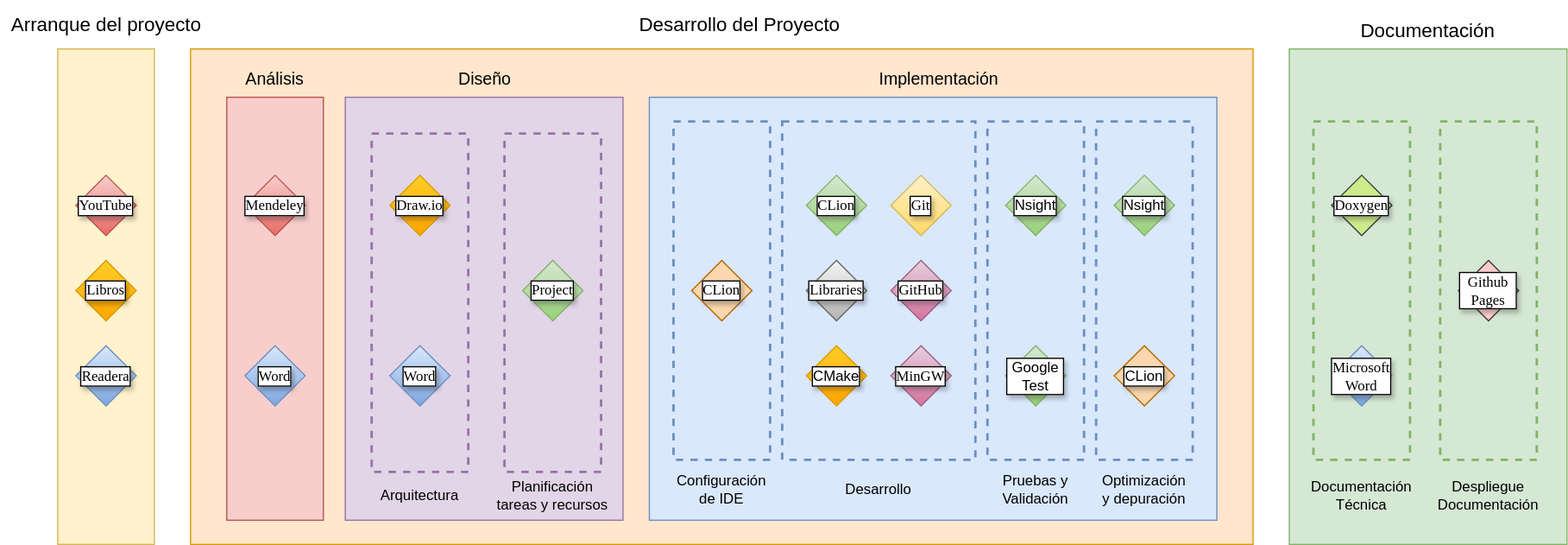
valydumitru01/GLESC keeps this draw.io diagram as doc/diagrams/Ciclo_Uso_Herramientas.drawio.svg. Above is the earlier version. Source tidied: cells renumbered, new cells last; positions are measured from the earlier drawing's top-left corner, leaving out a move shared by most shapes. Source of this version:
```xml
<mxGraphModel>
  <root>
    <mxCell id="0" />
    <mxCell id="1" parent="0" />
    <mxCell id="2" style="rounded=0;whiteSpace=wrap;html=1;fillColor=#ffe6cc;strokeColor=#d79b00;" parent="1" vertex="1">
      <mxGeometry x="158" y="40" width="880" height="410" as="geometry" />
    </mxCell>
    <mxCell id="3" style="rounded=0;whiteSpace=wrap;html=1;fillColor=#e1d5e7;strokeColor=#9673a6;" parent="1" vertex="1">
      <mxGeometry x="286.1" y="80" width="230" height="350" as="geometry" />
    </mxCell>
    <mxCell id="4" value="Documentación" style="text;html=1;align=center;verticalAlign=middle;whiteSpace=wrap;rounded=0;fontSize=16;" parent="1" vertex="1">
      <mxGeometry x="1068" y="10" width="230" height="30" as="geometry" />
    </mxCell>
    <mxCell id="5" style="rounded=0;whiteSpace=wrap;html=1;fillColor=#f8cecc;strokeColor=#b85450;" parent="1" vertex="1">
      <mxGeometry x="188" y="80" width="80" height="350" as="geometry" />
    </mxCell>
    <mxCell id="6" value="Arranque del proyecto" style="text;html=1;align=center;verticalAlign=middle;whiteSpace=wrap;rounded=0;fontSize=16;" parent="1" vertex="1">
      <mxGeometry x="0.5" width="175" height="40" as="geometry" />
    </mxCell>
    <mxCell id="7" value="&lt;span style=&quot;font-family: Verdana;&quot;&gt;Mendeley&lt;/span&gt;" style="rhombus;whiteSpace=wrap;html=1;labelBackgroundColor=default;labelBorderColor=default;textShadow=1;fillColor=#f8cecc;gradientColor=#ea6b66;strokeColor=#b85450;" parent="1" vertex="1">
      <mxGeometry x="203" y="144.5" width="50" height="50" as="geometry" />
    </mxCell>
    <mxCell id="8" value="&lt;span style=&quot;font-family: Verdana;&quot;&gt;Word&lt;/span&gt;" style="rhombus;whiteSpace=wrap;html=1;labelBackgroundColor=default;labelBorderColor=default;textShadow=1;fillColor=#dae8fc;gradientColor=#7ea6e0;strokeColor=#6c8ebf;" parent="1" vertex="1">
      <mxGeometry x="203" y="285.5" width="50" height="50" as="geometry" />
    </mxCell>
    <mxCell id="9" style="rounded=0;whiteSpace=wrap;html=1;fillColor=#dae8fc;strokeColor=#6c8ebf;" parent="1" vertex="1">
      <mxGeometry x="538" y="80" width="470" height="350" as="geometry" />
    </mxCell>
    <mxCell id="10" value="Implementación" style="text;html=1;align=center;verticalAlign=middle;whiteSpace=wrap;rounded=0;fontSize=14;" parent="1" vertex="1">
      <mxGeometry x="548" y="50" width="460" height="30" as="geometry" />
    </mxCell>
    <mxCell id="11" style="rounded=0;whiteSpace=wrap;html=1;dashed=1;fillColor=#e1d5e7;strokeColor=#9673a6;strokeWidth=2;" parent="1" vertex="1">
      <mxGeometry x="418" y="110" width="80" height="280" as="geometry" />
    </mxCell>
    <mxCell id="12" value="Diseño" style="text;html=1;align=center;verticalAlign=middle;whiteSpace=wrap;rounded=0;fontSize=14;" parent="1" vertex="1">
      <mxGeometry x="288" y="50" width="228.2" height="30" as="geometry" />
    </mxCell>
    <mxCell id="13" value="&lt;span style=&quot;font-family: Verdana;&quot;&gt;Project&lt;/span&gt;" style="rhombus;whiteSpace=wrap;html=1;labelBackgroundColor=default;labelBorderColor=default;textShadow=1;fillColor=#d5e8d4;gradientColor=#97d077;strokeColor=#82b366;" parent="1" vertex="1">
      <mxGeometry x="433" y="215" width="50" height="50" as="geometry" />
    </mxCell>
    <mxCell id="14" style="rounded=0;whiteSpace=wrap;html=1;dashed=1;fillColor=#e1d5e7;strokeColor=#9673a6;strokeWidth=2;" parent="1" vertex="1">
      <mxGeometry x="308" y="110" width="80" height="280" as="geometry" />
    </mxCell>
    <mxCell id="15" value="&lt;font face=&quot;Verdana&quot;&gt;Draw.io&lt;/font&gt;" style="rhombus;whiteSpace=wrap;html=1;labelBackgroundColor=default;labelBorderColor=default;textShadow=1;fillColor=#ffcd28;gradientColor=#ffa500;strokeColor=#d79b00;" parent="1" vertex="1">
      <mxGeometry x="323" y="144.5" width="50" height="50" as="geometry" />
    </mxCell>
    <mxCell id="16" value="&lt;span style=&quot;font-family: Verdana;&quot;&gt;Word&lt;/span&gt;" style="rhombus;whiteSpace=wrap;html=1;labelBackgroundColor=default;labelBorderColor=default;textShadow=1;fillColor=#dae8fc;gradientColor=#7ea6e0;strokeColor=#6c8ebf;" parent="1" vertex="1">
      <mxGeometry x="323" y="285.5" width="50" height="50" as="geometry" />
    </mxCell>
    <mxCell id="17" style="rounded=0;whiteSpace=wrap;html=1;dashed=1;fillColor=#dae8fc;strokeColor=#6c8ebf;strokeWidth=2;" parent="1" vertex="1">
      <mxGeometry x="648" y="100" width="160" height="280" as="geometry" />
    </mxCell>
    <mxCell id="18" value="&lt;span style=&quot;font-family: Verdana;&quot;&gt;CLion&lt;/span&gt;" style="rhombus;whiteSpace=wrap;html=1;labelBackgroundColor=default;labelBorderColor=default;textShadow=1;fillColor=#d5e8d4;gradientColor=#97d077;strokeColor=#82b366;" parent="1" vertex="1">
      <mxGeometry x="668" y="144.5" width="50" height="50" as="geometry" />
    </mxCell>
    <mxCell id="19" value="&lt;span style=&quot;font-family: Verdana;&quot;&gt;Git&lt;/span&gt;" style="rhombus;whiteSpace=wrap;html=1;labelBackgroundColor=default;labelBorderColor=default;textShadow=1;fillColor=#fff2cc;gradientColor=#ffd966;strokeColor=#d6b656;" parent="1" vertex="1">
      <mxGeometry x="738" y="144.5" width="50" height="50" as="geometry" />
    </mxCell>
    <mxCell id="20" value="&lt;span style=&quot;font-family: Verdana;&quot;&gt;GitHub&lt;/span&gt;" style="rhombus;whiteSpace=wrap;html=1;labelBackgroundColor=default;labelBorderColor=default;textShadow=1;fillColor=#e6d0de;gradientColor=#d5739d;strokeColor=#996185;" parent="1" vertex="1">
      <mxGeometry x="738" y="215" width="50" height="50" as="geometry" />
    </mxCell>
    <mxCell id="21" value="CMake" style="rhombus;whiteSpace=wrap;html=1;labelBackgroundColor=default;labelBorderColor=default;textShadow=1;fillColor=#ffcd28;gradientColor=#ffa500;strokeColor=#d79b00;" parent="1" vertex="1">
      <mxGeometry x="668" y="285.5" width="50" height="50" as="geometry" />
    </mxCell>
    <mxCell id="22" value="&lt;span style=&quot;font-family: Verdana;&quot;&gt;MinGW&lt;/span&gt;" style="rhombus;whiteSpace=wrap;html=1;labelBackgroundColor=default;labelBorderColor=default;textShadow=1;fillColor=#e6d0de;gradientColor=#d5739d;strokeColor=#996185;" parent="1" vertex="1">
      <mxGeometry x="738" y="285.5" width="50" height="50" as="geometry" />
    </mxCell>
    <mxCell id="23" value="&lt;span style=&quot;font-family: Verdana;&quot;&gt;Libraries&lt;/span&gt;" style="rhombus;whiteSpace=wrap;html=1;labelBackgroundColor=default;labelBorderColor=default;textShadow=1;fillColor=#f5f5f5;gradientColor=#b3b3b3;strokeColor=#666666;" parent="1" vertex="1">
      <mxGeometry x="668" y="215" width="50" height="50" as="geometry" />
    </mxCell>
    <mxCell id="24" style="rounded=0;whiteSpace=wrap;html=1;fillColor=#d5e8d4;strokeColor=#82b366;" parent="1" vertex="1">
      <mxGeometry x="1068" y="40" width="230" height="410" as="geometry" />
    </mxCell>
    <mxCell id="25" style="rounded=0;whiteSpace=wrap;html=1;dashed=1;fillColor=#dae8fc;strokeColor=#6c8ebf;strokeWidth=2;" parent="1" vertex="1">
      <mxGeometry x="558" y="100" width="80" height="280" as="geometry" />
    </mxCell>
    <mxCell id="26" value="&lt;span style=&quot;font-family: Verdana;&quot;&gt;CLion&lt;/span&gt;" style="rhombus;whiteSpace=wrap;html=1;labelBackgroundColor=default;labelBorderColor=default;textShadow=1;fillColor=#fad7ac;strokeColor=#b46504;" parent="1" vertex="1">
      <mxGeometry x="573" y="215" width="50" height="50" as="geometry" />
    </mxCell>
    <mxCell id="27" style="rounded=0;whiteSpace=wrap;html=1;dashed=1;fillColor=#dae8fc;strokeColor=#6c8ebf;strokeWidth=2;" parent="1" vertex="1">
      <mxGeometry x="818" y="100" width="80" height="280" as="geometry" />
    </mxCell>
    <mxCell id="28" value="Nsight" style="rhombus;whiteSpace=wrap;html=1;labelBackgroundColor=default;labelBorderColor=default;textShadow=1;fillColor=#d5e8d4;gradientColor=#97d077;strokeColor=#82b366;" parent="1" vertex="1">
      <mxGeometry x="833" y="144.5" width="50" height="50" as="geometry" />
    </mxCell>
    <mxCell id="29" value="Google Test" style="rhombus;whiteSpace=wrap;html=1;labelBackgroundColor=default;labelBorderColor=default;textShadow=1;fillColor=#d5e8d4;gradientColor=#97d077;strokeColor=#82b366;" parent="1" vertex="1">
      <mxGeometry x="833" y="285.5" width="50" height="50" as="geometry" />
    </mxCell>
    <mxCell id="30" value="Desarrollo" style="text;html=1;align=center;verticalAlign=middle;whiteSpace=wrap;rounded=0;" parent="1" vertex="1">
      <mxGeometry x="648" y="390" width="160" height="30" as="geometry" />
    </mxCell>
    <mxCell id="31" value="Configuración de IDE" style="text;html=1;align=center;verticalAlign=middle;whiteSpace=wrap;rounded=0;" parent="1" vertex="1">
      <mxGeometry x="558" y="390" width="80" height="30" as="geometry" />
    </mxCell>
    <mxCell id="32" value="Pruebas y Validación" style="text;html=1;align=center;verticalAlign=middle;whiteSpace=wrap;rounded=0;" parent="1" vertex="1">
      <mxGeometry x="818" y="390" width="80" height="30" as="geometry" />
    </mxCell>
    <mxCell id="33" style="rounded=0;whiteSpace=wrap;html=1;dashed=1;fillColor=#dae8fc;strokeColor=#6c8ebf;strokeWidth=2;" parent="1" vertex="1">
      <mxGeometry x="908" y="100" width="80" height="280" as="geometry" />
    </mxCell>
    <mxCell id="34" value="Nsight" style="rhombus;whiteSpace=wrap;html=1;labelBackgroundColor=default;labelBorderColor=default;textShadow=1;fillColor=#d5e8d4;gradientColor=#97d077;strokeColor=#82b366;" parent="1" vertex="1">
      <mxGeometry x="923" y="144.5" width="50" height="50" as="geometry" />
    </mxCell>
    <mxCell id="35" value="CLion" style="rhombus;whiteSpace=wrap;html=1;labelBackgroundColor=default;labelBorderColor=default;textShadow=1;fillColor=#fad7ac;strokeColor=#b46504;" parent="1" vertex="1">
      <mxGeometry x="923" y="285.5" width="50" height="50" as="geometry" />
    </mxCell>
    <mxCell id="36" value="Optimización y depuración" style="text;html=1;align=center;verticalAlign=middle;whiteSpace=wrap;rounded=0;" parent="1" vertex="1">
      <mxGeometry x="908" y="390" width="80" height="30" as="geometry" />
    </mxCell>
    <mxCell id="37" style="rounded=0;whiteSpace=wrap;html=1;dashed=1;fillColor=#d5e8d4;strokeColor=#82b366;strokeWidth=2;" parent="1" vertex="1">
      <mxGeometry x="1088" y="100" width="80" height="280" as="geometry" />
    </mxCell>
    <mxCell id="38" value="&lt;font face=&quot;Verdana&quot;&gt;Doxygen&lt;/font&gt;" style="rhombus;whiteSpace=wrap;html=1;labelBackgroundColor=default;labelBorderColor=default;textShadow=1;fillColor=#cdeb8b;strokeColor=#36393d;" parent="1" vertex="1">
      <mxGeometry x="1103" y="144.5" width="50" height="50" as="geometry" />
    </mxCell>
    <mxCell id="39" value="&lt;span style=&quot;font-family: Verdana;&quot;&gt;Microsoft Word&lt;/span&gt;" style="rhombus;whiteSpace=wrap;html=1;labelBackgroundColor=default;labelBorderColor=default;textShadow=1;fillColor=#dae8fc;gradientColor=#7ea6e0;strokeColor=#6c8ebf;" parent="1" vertex="1">
      <mxGeometry x="1103" y="285.5" width="50" height="50" as="geometry" />
    </mxCell>
    <mxCell id="40" value="Documentación Técnica" style="text;html=1;align=center;verticalAlign=middle;whiteSpace=wrap;rounded=0;" parent="1" vertex="1">
      <mxGeometry x="1088" y="394.5" width="80" height="30" as="geometry" />
    </mxCell>
    <mxCell id="41" style="rounded=0;whiteSpace=wrap;html=1;dashed=1;fillColor=#d5e8d4;strokeColor=#82b366;strokeWidth=2;" parent="1" vertex="1">
      <mxGeometry x="1193" y="100" width="80" height="280" as="geometry" />
    </mxCell>
    <mxCell id="42" value="&lt;font face=&quot;Verdana&quot;&gt;Github Pages&lt;/font&gt;" style="rhombus;whiteSpace=wrap;html=1;labelBackgroundColor=default;labelBorderColor=default;textShadow=1;fillColor=#ffcccc;strokeColor=#36393d;" parent="1" vertex="1">
      <mxGeometry x="1208" y="215" width="50" height="50" as="geometry" />
    </mxCell>
    <mxCell id="43" value="Despliegue Documentación" style="text;html=1;align=center;verticalAlign=middle;whiteSpace=wrap;rounded=0;" parent="1" vertex="1">
      <mxGeometry x="1193" y="394.5" width="80" height="30" as="geometry" />
    </mxCell>
    <mxCell id="44" style="rounded=0;whiteSpace=wrap;html=1;fillColor=#fff2cc;strokeColor=#d6b656;" parent="1" vertex="1">
      <mxGeometry x="48" y="40" width="80" height="410" as="geometry" />
    </mxCell>
    <mxCell id="45" value="&lt;span style=&quot;font-family: Verdana;&quot;&gt;YouTube&lt;/span&gt;" style="rhombus;whiteSpace=wrap;html=1;labelBackgroundColor=default;labelBorderColor=default;textShadow=1;fillColor=#f8cecc;gradientColor=#ea6b66;strokeColor=#b85450;" parent="1" vertex="1">
      <mxGeometry x="63" y="144.5" width="50" height="50" as="geometry" />
    </mxCell>
    <mxCell id="46" value="&lt;span style=&quot;font-family: Verdana;&quot;&gt;Readera&lt;/span&gt;" style="rhombus;whiteSpace=wrap;html=1;labelBackgroundColor=default;labelBorderColor=default;textShadow=1;fillColor=#dae8fc;gradientColor=#7ea6e0;strokeColor=#6c8ebf;" parent="1" vertex="1">
      <mxGeometry x="63" y="285.5" width="50" height="50" as="geometry" />
    </mxCell>
    <mxCell id="47" value="&lt;span style=&quot;font-family: Verdana;&quot;&gt;Libros&lt;/span&gt;" style="rhombus;whiteSpace=wrap;html=1;labelBackgroundColor=default;labelBorderColor=default;textShadow=1;fillColor=#ffcd28;gradientColor=#ffa500;strokeColor=#d79b00;" parent="1" vertex="1">
      <mxGeometry x="63" y="215" width="50" height="50" as="geometry" />
    </mxCell>
    <mxCell id="48" value="Análisis" style="text;html=1;align=center;verticalAlign=middle;whiteSpace=wrap;rounded=0;fontSize=14;" parent="1" vertex="1">
      <mxGeometry x="188" y="50" width="80" height="30" as="geometry" />
    </mxCell>
    <mxCell id="49" value="Desarrollo del Proyecto" style="text;html=1;align=center;verticalAlign=middle;whiteSpace=wrap;rounded=0;fontSize=16;" parent="1" vertex="1">
      <mxGeometry x="468" width="290" height="40" as="geometry" />
    </mxCell>
    <mxCell id="50" value="Arquitectura" style="text;html=1;align=center;verticalAlign=middle;whiteSpace=wrap;rounded=0;" parent="1" vertex="1">
      <mxGeometry x="308" y="394.5" width="80" height="30" as="geometry" />
    </mxCell>
    <mxCell id="51" value="Planificación tareas y recursos" style="text;html=1;align=center;verticalAlign=middle;whiteSpace=wrap;rounded=0;" parent="1" vertex="1">
      <mxGeometry x="408" y="394.5" width="100" height="30" as="geometry" />
    </mxCell>
  </root>
</mxGraphModel>
```
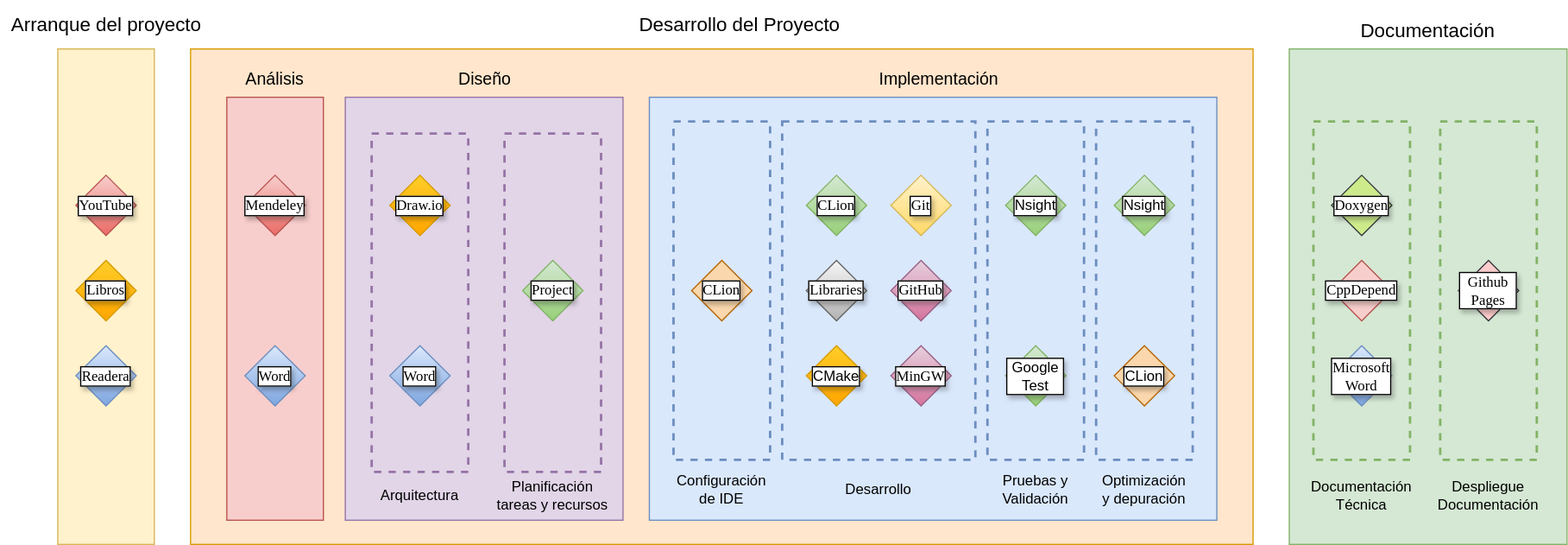
Later version of the same file.

Diff of the diagram source:
```diff
@@ -152,5 +152,8 @@
     <mxCell id="51" value="Planificación tareas y recursos" style="text;html=1;align=center;verticalAlign=middle;whiteSpace=wrap;rounded=0;" parent="1" vertex="1">
       <mxGeometry x="408" y="394.5" width="100" height="30" as="geometry" />
     </mxCell>
+    <mxCell id="52" value="&lt;font face=&quot;Verdana&quot;&gt;CppDepend&lt;/font&gt;" style="rhombus;whiteSpace=wrap;html=1;labelBackgroundColor=default;labelBorderColor=default;textShadow=1;fillColor=#f8cecc;strokeColor=#b85450;" parent="1" vertex="1">
+      <mxGeometry x="1103" y="215" width="50" height="50" as="geometry" />
+    </mxCell>
   </root>
 </mxGraphModel>
```
